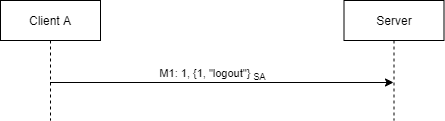
This is resources/drawio/logout.png from seraogianluca/secure-messaging, a draw.io export, as it was before one commit. Source tidied: cells renumbered, new cells last; positions are measured from the earlier drawing's top-left corner, leaving out a move shared by most shapes. Source of this version:
```xml
<mxGraphModel>
  <root>
    <mxCell id="0" />
    <mxCell id="1" parent="0" />
    <mxCell id="2" value="Client A" style="shape=umlLifeline;perimeter=lifelinePerimeter;whiteSpace=wrap;html=1;" parent="1" vertex="1">
      <mxGeometry width="100" height="120" as="geometry" />
    </mxCell>
    <mxCell id="3" value="Server" style="shape=umlLifeline;perimeter=lifelinePerimeter;whiteSpace=wrap;html=1;" parent="1" vertex="1">
      <mxGeometry x="343.5" width="100" height="120" as="geometry" />
    </mxCell>
    <mxCell id="4" style="endArrow=classic;html=1;" parent="1" edge="1">
      <mxGeometry relative="1" as="geometry">
        <mxPoint x="49.5" y="82" as="sourcePoint" />
        <mxPoint x="393" y="82" as="targetPoint" />
      </mxGeometry>
    </mxCell>
    <mxCell id="5" value="M1: 1, {1, &quot;logout&quot;} &lt;sub&gt;SA&lt;/sub&gt;" style="edgeLabel;html=1;align=center;verticalAlign=middle;" parent="4" vertex="1">
      <mxGeometry x="-0.06" y="-1" relative="1" as="geometry">
        <mxPoint x="1" y="-10" as="offset" />
      </mxGeometry>
    </mxCell>
  </root>
</mxGraphModel>
```
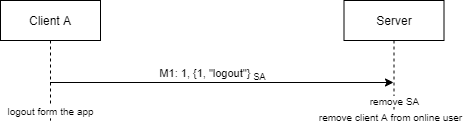
The same file after the commit.

The edit, as a diff of the source:
```diff
@@ -5,6 +5,9 @@
     <mxCell id="2" value="Client A" style="shape=umlLifeline;perimeter=lifelinePerimeter;whiteSpace=wrap;html=1;" parent="1" vertex="1">
       <mxGeometry width="100" height="120" as="geometry" />
     </mxCell>
+    <mxCell id="6" value="&lt;font style=&quot;font-size: 10px ; background-color: rgb(255 , 255 , 255)&quot;&gt;logout form the app&lt;/font&gt;" style="text;html=1;align=center;verticalAlign=middle;strokeColor=none;" parent="2" vertex="1">
+      <mxGeometry y="100" width="100" height="20" as="geometry" />
+    </mxCell>
     <mxCell id="3" value="Server" style="shape=umlLifeline;perimeter=lifelinePerimeter;whiteSpace=wrap;html=1;" parent="1" vertex="1">
       <mxGeometry x="343.5" width="100" height="120" as="geometry" />
     </mxCell>
@@ -19,5 +22,11 @@
         <mxPoint x="1" y="-10" as="offset" />
       </mxGeometry>
     </mxCell>
+    <mxCell id="7" value="&lt;font style=&quot;font-size: 10px ; background-color: rgb(255 , 255 , 255)&quot;&gt;remove client A from online user&lt;/font&gt;" style="text;html=1;align=center;verticalAlign=middle;strokeColor=none;" parent="1" vertex="1">
+      <mxGeometry x="310" y="106" width="160" height="20" as="geometry" />
+    </mxCell>
+    <mxCell id="8" value="&lt;font style=&quot;font-size: 10px ; background-color: rgb(255 , 255 , 255)&quot;&gt;remove SA&lt;/font&gt;" style="text;html=1;align=center;verticalAlign=middle;strokeColor=none;" parent="1" vertex="1">
+      <mxGeometry x="364" y="90" width="60" height="20" as="geometry" />
+    </mxCell>
   </root>
 </mxGraphModel>
```
